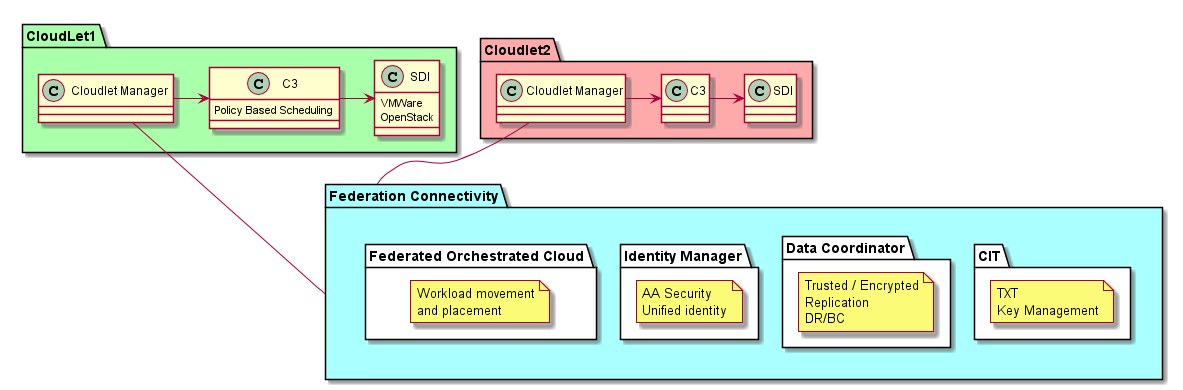
Earlier version of the PlantUML export docs/Solution/Logical.png (CAADE/CloudLet).
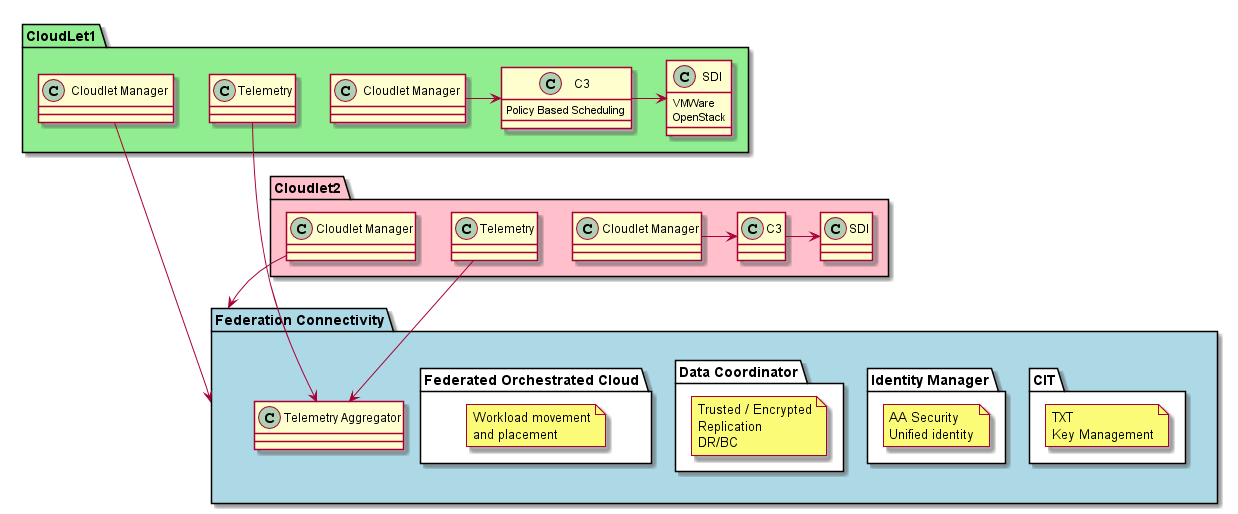
The same diagram one commit later.

Change to the diagram source:
```diff
@@ -1,7 +1,7 @@
 @startuml
 
-package CloudLet1 #aaffaa {
-    class " Cloudlet Manager "
+package CloudLet1 #lightgreen {
+    class " Cloudlet Manager " as CM1
     class " C3 " {
         Policy Based Scheduling
     }
@@ -9,11 +9,13 @@
         VMWare
         OpenStack
     }
+    class "Telemetry" as T1
     " C3 " -> " SDI "
     " Cloudlet Manager " -> " C3 "
 }
 
-package "Federation Connectivity" #aaffff {
+package "Federation Connectivity" as FC #lightblue {
+    class "Telemetry Aggregator" as TA
     package "CIT" #ffffff {
       note as N1
       TXT
@@ -42,15 +44,19 @@
 }
 
 
-package Cloudlet2 #ffaaaa {
+package Cloudlet2 #pink {
     class "SDI"
     class "C3"
-    class "Cloudlet Manager"
+    class "Cloudlet Manager" as CM2
+    class "Telemetry" as T2
+
     "C3" -> "SDI"
     "Cloudlet Manager" -> "C3"
 }
 
-" Cloudlet Manager " -- "Federation Connectivity"
-"Cloudlet Manager" -- "Federation Connectivity"
+T1 --> TA
+T2 --> TA
+CM1 ---> FC
+CM2 --> FC
 
 @enduml
```
